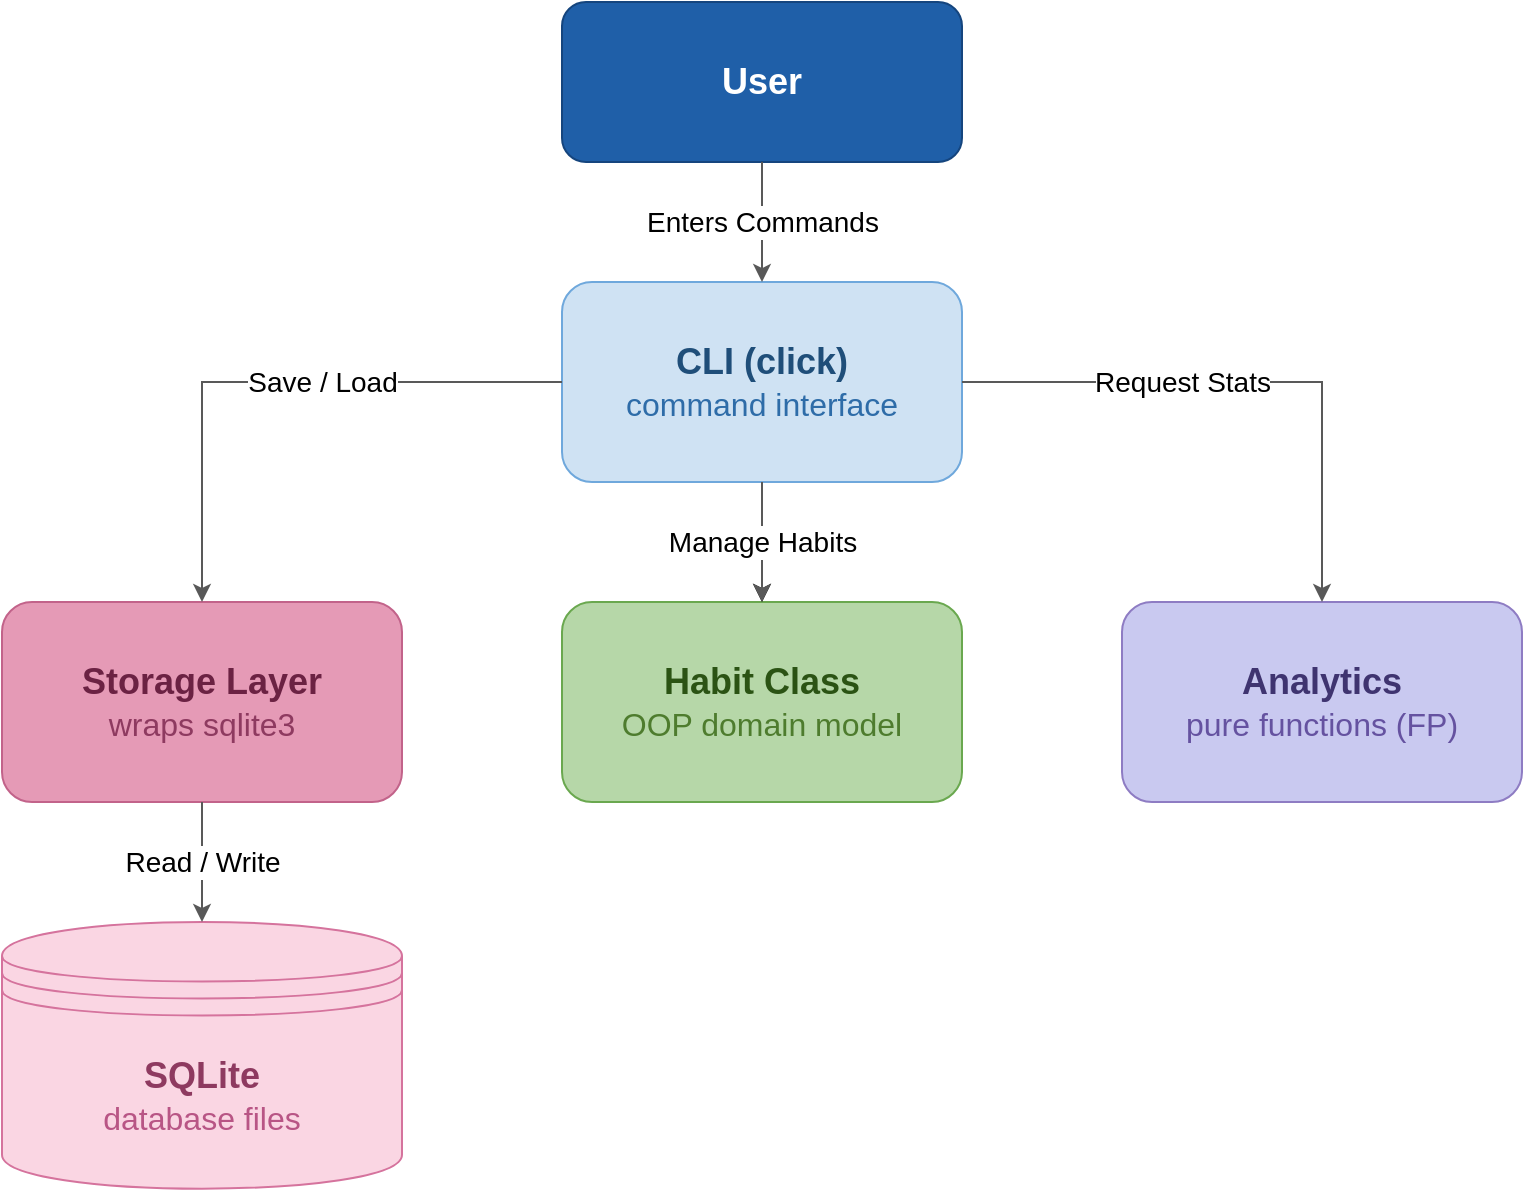
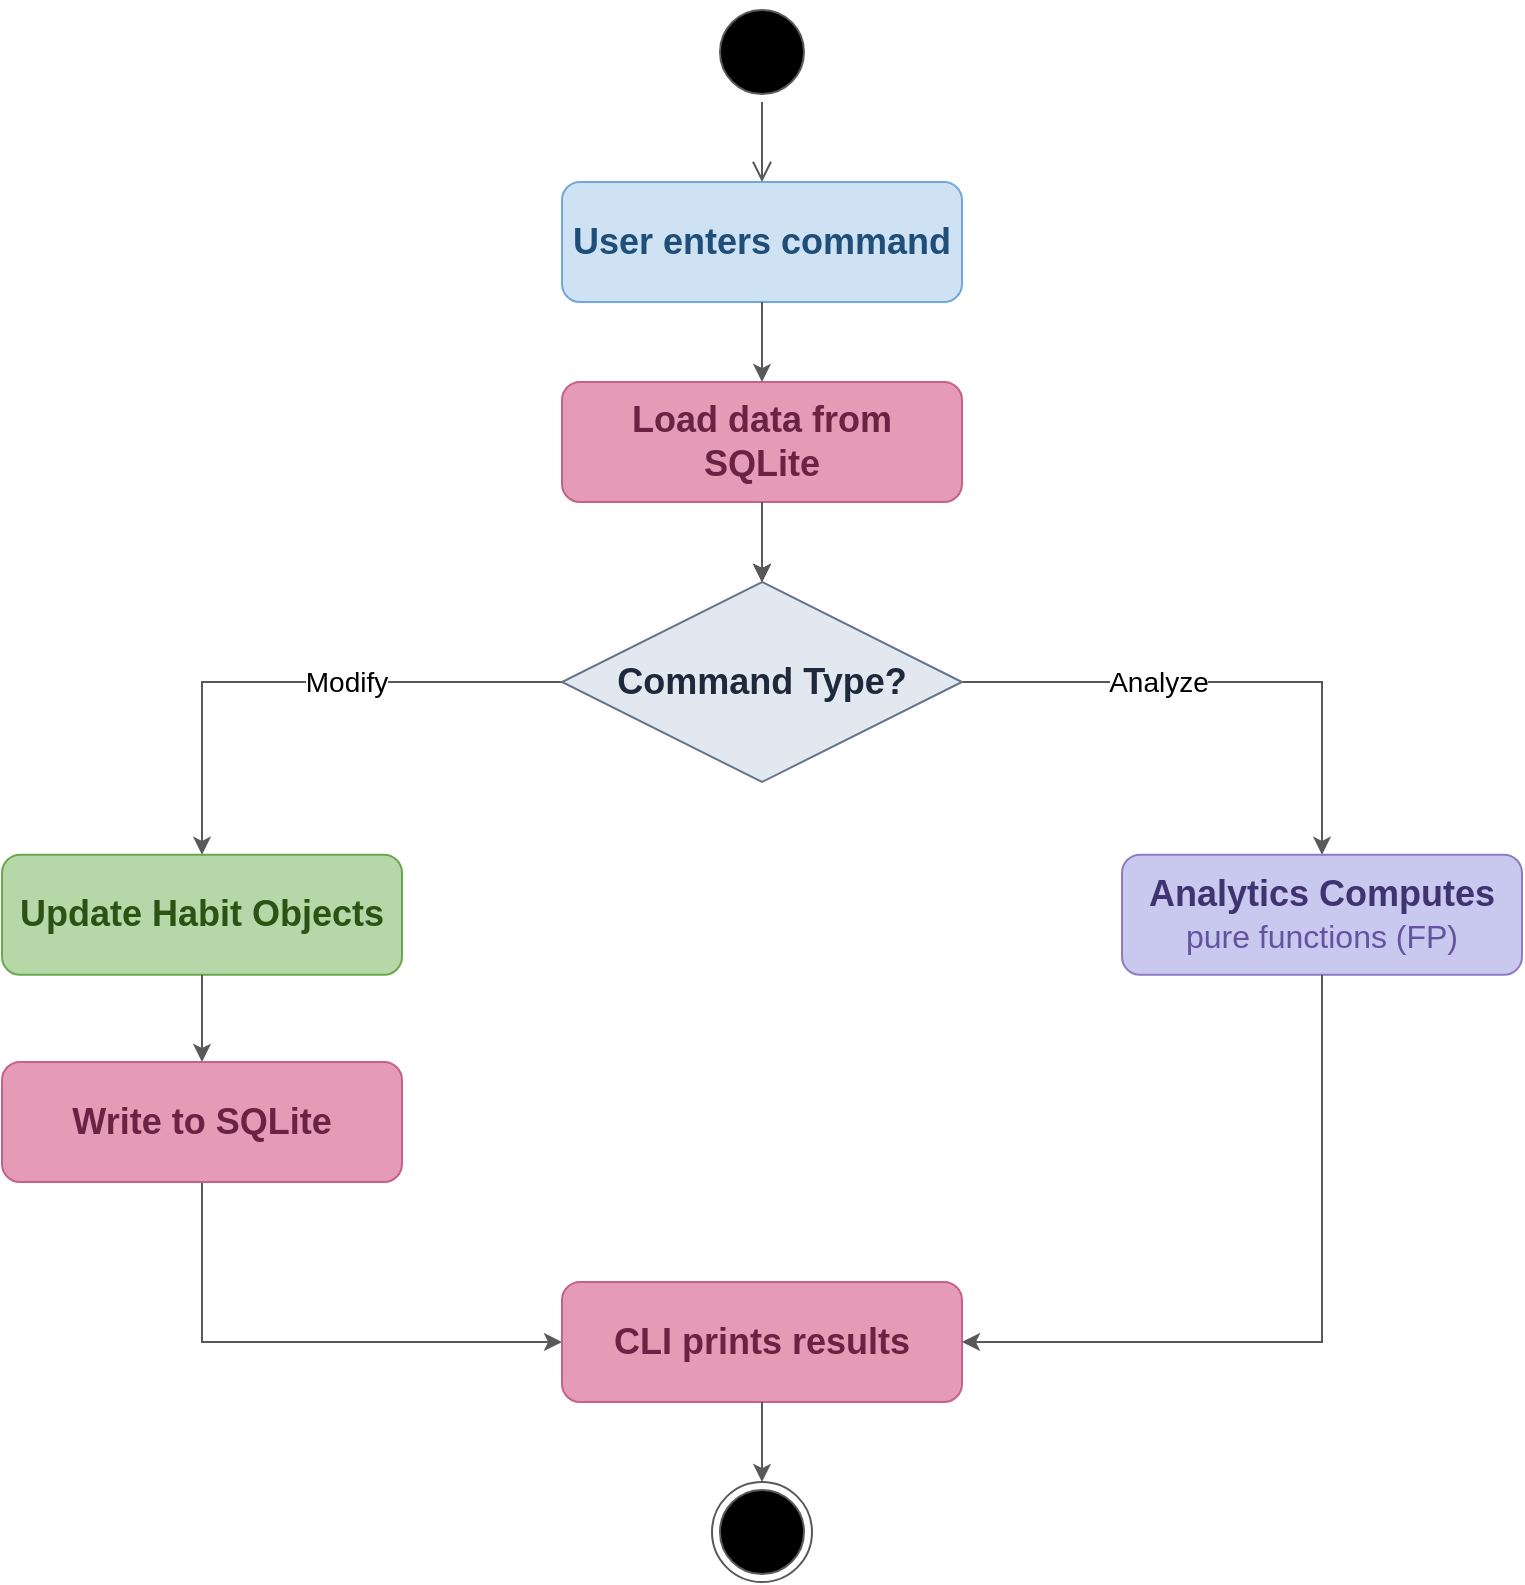
<mxfile host="app.diagrams.net">
  <diagram name="Page-1" id="Piyn0j4mb7igTU8--PZw">
    <mxGraphModel dx="1417" dy="766" grid="1" gridSize="10" guides="1" tooltips="1" connect="1" arrows="1" fold="1" page="1" pageScale="1" pageWidth="850" pageHeight="1100" math="0" shadow="0">
      <root>
        <mxCell id="0" />
        <mxCell id="1" parent="0" />
-         <mxCell id="FmgUDV7ztdBwRqrOEOFS-1" parent="1" style="rounded=1;whiteSpace=wrap;html=1;fillColor=#1F5FA8;strokeColor=#15457E;fontColor=#FFFFFF;" value="&lt;font style=&quot;font-size: 18px;&quot;&gt;&lt;b&gt;User&lt;/b&gt;&lt;/font&gt;" vertex="1">
-           <mxGeometry height="80" width="200" x="320" y="180" as="geometry" />
+         <mxCell id="FmgUDV7ztdBwRqrOEOFS-1" parent="1" style="rounded=1;whiteSpace=wrap;html=1;fillColor=#CFE2F3;strokeColor=#6FA8DC;fontColor=#1F4E79;" value="&lt;font style=&quot;font-size: 18px;&quot;&gt;&lt;b&gt;User enters command&lt;/b&gt;&lt;/font&gt;" vertex="1">
+           <mxGeometry height="60" width="200" x="320" y="280" as="geometry" />
        </mxCell>
-         <mxCell id="FmgUDV7ztdBwRqrOEOFS-2" parent="1" style="rounded=1;whiteSpace=wrap;html=1;fillColor=#B6D7A8;strokeColor=#6AA84F;" value="&lt;div&gt;&lt;font style=&quot;font-size: 18px; color: rgb(43, 83, 20);&quot;&gt;&lt;b&gt;Habit Class&lt;/b&gt;&lt;/font&gt;&lt;/div&gt;&lt;div&gt;&lt;font style=&quot;font-size: 16px; color: rgb(78, 124, 46);&quot;&gt;OOP domain model&lt;/font&gt;&lt;/div&gt;" vertex="1">
-           <mxGeometry height="100" width="200" x="320" y="480" as="geometry" />
+         <mxCell id="FmgUDV7ztdBwRqrOEOFS-3" parent="1" style="rounded=1;whiteSpace=wrap;html=1;fillColor=#B6D7A8;strokeColor=#6AA84F;fontColor=#2B5314;" value="&lt;div&gt;&lt;font style=&quot;font-size: 18px;&quot;&gt;&lt;b&gt;Update Habit Objects&lt;/b&gt;&lt;/font&gt;&lt;/div&gt;" vertex="1">
+           <mxGeometry height="60" width="200" x="40" y="616.38" as="geometry" />
        </mxCell>
-         <mxCell id="FmgUDV7ztdBwRqrOEOFS-3" parent="1" style="rounded=1;whiteSpace=wrap;html=1;fillColor=#E59AB6;strokeColor=#C2638A;" value="&lt;div&gt;&lt;font style=&quot;font-size: 18px; color: rgb(107, 34, 67);&quot;&gt;&lt;b&gt;Storage Layer&lt;/b&gt;&lt;/font&gt;&lt;/div&gt;&lt;div&gt;&lt;font style=&quot;font-size: 16px; color: rgb(142, 58, 96);&quot;&gt;wraps sqlite3&lt;/font&gt;&lt;/div&gt;" vertex="1">
-           <mxGeometry height="100" width="200" x="40" y="480" as="geometry" />
+         <mxCell id="FmgUDV7ztdBwRqrOEOFS-4" edge="1" parent="1" source="FmgUDV7ztdBwRqrOEOFS-5" style="edgeStyle=orthogonalEdgeStyle;rounded=0;orthogonalLoop=1;jettySize=auto;html=1;" value="">
+           <mxGeometry relative="1" as="geometry">
+             <mxPoint x="420.0000000000002" y="480" as="targetPoint" />
+           </mxGeometry>
        </mxCell>
-         <mxCell id="FmgUDV7ztdBwRqrOEOFS-4" edge="1" parent="1" source="FmgUDV7ztdBwRqrOEOFS-5" style="edgeStyle=orthogonalEdgeStyle;rounded=0;orthogonalLoop=1;jettySize=auto;html=1;" target="FmgUDV7ztdBwRqrOEOFS-2" value="">
-           <mxGeometry relative="1" as="geometry" />
+         <mxCell id="FmgUDV7ztdBwRqrOEOFS-5" parent="1" style="rounded=1;whiteSpace=wrap;html=1;fillColor=#E59AB6;strokeColor=#C2638A;fontColor=#6B2243;" value="&lt;div&gt;&lt;font style=&quot;font-size: 18px;&quot;&gt;&lt;b&gt;Load data from&lt;/b&gt;&lt;/font&gt;&lt;/div&gt;&lt;div&gt;&lt;font style=&quot;font-size: 18px;&quot;&gt;&lt;b&gt;SQLite&lt;/b&gt;&lt;/font&gt;&lt;/div&gt;" vertex="1">
+           <mxGeometry height="60" width="200" x="320" y="380" as="geometry" />
        </mxCell>
-         <mxCell id="FmgUDV7ztdBwRqrOEOFS-5" parent="1" style="rounded=1;whiteSpace=wrap;html=1;fillColor=#CFE2F3;strokeColor=#6FA8DC;" value="&lt;div&gt;&lt;font style=&quot;font-size: 18px; color: rgb(31, 78, 121);&quot;&gt;&lt;b&gt;CLI (click)&lt;/b&gt;&lt;/font&gt;&lt;/div&gt;&lt;div&gt;&lt;font style=&quot;font-size: 16px; color: rgb(46, 108, 168);&quot;&gt;command interface&lt;/font&gt;&lt;/div&gt;" vertex="1">
-           <mxGeometry height="100" width="200" x="320" y="320" as="geometry" />
-         </mxCell>
-         <mxCell id="FmgUDV7ztdBwRqrOEOFS-6" parent="1" style="rounded=1;whiteSpace=wrap;html=1;fillColor=#C9C9F0;strokeColor=#8E7CC3;" value="&lt;div&gt;&lt;font style=&quot;font-size: 18px; color: rgb(63, 52, 112);&quot;&gt;&lt;b&gt;Analytics&lt;/b&gt;&lt;/font&gt;&lt;/div&gt;&lt;div&gt;&lt;font style=&quot;font-size: 16px; color: rgb(101, 82, 160);&quot;&gt;pure functions (FP)&lt;/font&gt;&lt;/div&gt;" vertex="1">
-           <mxGeometry height="100" width="200" x="600" y="480" as="geometry" />
-         </mxCell>
-         <mxCell id="FmgUDV7ztdBwRqrOEOFS-7" parent="1" style="shape=datastore;whiteSpace=wrap;html=1;aspect=fixed;fillColor=#FAD6E3;strokeColor=#D5739D;" value="&lt;div&gt;&lt;font style=&quot;font-size: 18px; color: rgb(142, 58, 96);&quot;&gt;&lt;b&gt;SQLite&lt;/b&gt;&lt;/font&gt;&lt;/div&gt;&lt;div&gt;&lt;font style=&quot;font-size: 16px; color: rgb(184, 85, 133);&quot;&gt;database files&lt;/font&gt;&lt;/div&gt;" vertex="1">
-           <mxGeometry height="133.33" width="200" x="40" y="640" as="geometry" />
+         <mxCell id="FmgUDV7ztdBwRqrOEOFS-6" parent="1" style="rounded=1;whiteSpace=wrap;html=1;fillColor=#C9C9F0;strokeColor=#8E7CC3;" value="&lt;div&gt;&lt;font style=&quot;font-size: 18px; color: rgb(63, 52, 112);&quot;&gt;&lt;b&gt;Analytics Computes&lt;/b&gt;&lt;/font&gt;&lt;/div&gt;&lt;div&gt;&lt;font style=&quot;font-size: 16px; color: rgb(101, 82, 160);&quot;&gt;pure functions (FP)&lt;/font&gt;&lt;/div&gt;" vertex="1">
+           <mxGeometry height="60" width="200" x="600" y="616.38" as="geometry" />
        </mxCell>
        <mxCell id="FmgUDV7ztdBwRqrOEOFS-8" edge="1" parent="1" source="FmgUDV7ztdBwRqrOEOFS-1" style="endArrow=classic;html=1;rounded=0;exitX=0.5;exitY=1;exitDx=0;exitDy=0;entryX=0.5;entryY=0;entryDx=0;entryDy=0;strokeColor=#595959;" target="FmgUDV7ztdBwRqrOEOFS-5" value="">
          <mxGeometry relative="1" as="geometry">
-             <mxPoint x="110" y="360" as="sourcePoint" />
-             <mxPoint x="210" y="360" as="targetPoint" />
+             <mxPoint x="110" y="400" as="sourcePoint" />
+             <mxPoint x="210" y="400" as="targetPoint" />
          </mxGeometry>
        </mxCell>
-         <mxCell id="FmgUDV7ztdBwRqrOEOFS-9" connectable="0" parent="FmgUDV7ztdBwRqrOEOFS-8" style="edgeLabel;resizable=0;html=1;;align=center;verticalAlign=middle;" value="&lt;font style=&quot;font-size: 14px;&quot;&gt;Enters Commands&lt;/font&gt;" vertex="1">
-           <mxGeometry relative="1" as="geometry" />
-         </mxCell>
-         <mxCell id="FmgUDV7ztdBwRqrOEOFS-10" edge="1" parent="1" source="FmgUDV7ztdBwRqrOEOFS-5" style="endArrow=classic;html=1;rounded=0;exitX=0;exitY=0.5;exitDx=0;exitDy=0;entryX=0.5;entryY=0;entryDx=0;entryDy=0;strokeColor=#595959;" target="FmgUDV7ztdBwRqrOEOFS-3" value="">
+         <mxCell id="FmgUDV7ztdBwRqrOEOFS-10" edge="1" parent="1" source="FmgUDV7ztdBwRqrOEOFS-20" style="endArrow=classic;html=1;rounded=0;exitX=0;exitY=0.5;exitDx=0;exitDy=0;entryX=0.5;entryY=0;entryDx=0;entryDy=0;strokeColor=#595959;" target="FmgUDV7ztdBwRqrOEOFS-3" value="">
          <mxGeometry relative="1" as="geometry">
            <Array as="points">
-               <mxPoint x="140" y="370" />
+               <mxPoint x="140" y="530" />
            </Array>
            <mxPoint x="260" y="440" as="sourcePoint" />
            <mxPoint x="260" y="500" as="targetPoint" />
          </mxGeometry>
        </mxCell>
-         <mxCell id="FmgUDV7ztdBwRqrOEOFS-11" connectable="0" parent="FmgUDV7ztdBwRqrOEOFS-10" style="edgeLabel;resizable=0;html=1;;align=center;verticalAlign=middle;" value="&lt;font style=&quot;font-size: 14px;&quot;&gt;Save / Load&lt;/font&gt;" vertex="1">
+         <mxCell id="FmgUDV7ztdBwRqrOEOFS-11" connectable="0" parent="FmgUDV7ztdBwRqrOEOFS-10" style="edgeLabel;resizable=0;html=1;;align=center;verticalAlign=middle;" value="&lt;font style=&quot;font-size: 14px;&quot;&gt;Modify&lt;/font&gt;" vertex="1">
          <mxGeometry relative="1" as="geometry">
            <mxPoint x="25" as="offset" />
          </mxGeometry>
        </mxCell>
-         <mxCell id="FmgUDV7ztdBwRqrOEOFS-12" edge="1" parent="1" source="FmgUDV7ztdBwRqrOEOFS-5" style="endArrow=classic;html=1;rounded=0;exitX=1;exitY=0.5;exitDx=0;exitDy=0;entryX=0.5;entryY=0;entryDx=0;entryDy=0;strokeColor=#595959;" target="FmgUDV7ztdBwRqrOEOFS-6" value="">
+         <mxCell id="FmgUDV7ztdBwRqrOEOFS-12" edge="1" parent="1" source="FmgUDV7ztdBwRqrOEOFS-20" style="endArrow=classic;html=1;rounded=0;exitX=1;exitY=0.5;exitDx=0;exitDy=0;entryX=0.5;entryY=0;entryDx=0;entryDy=0;strokeColor=#595959;" target="FmgUDV7ztdBwRqrOEOFS-6" value="">
          <mxGeometry relative="1" as="geometry">
            <Array as="points">
-               <mxPoint x="700" y="370" />
+               <mxPoint x="700" y="530" />
            </Array>
            <mxPoint x="530" y="360" as="sourcePoint" />
            <mxPoint x="760" y="420" as="targetPoint" />
          </mxGeometry>
        </mxCell>
-         <mxCell id="FmgUDV7ztdBwRqrOEOFS-13" connectable="0" parent="FmgUDV7ztdBwRqrOEOFS-12" style="edgeLabel;resizable=0;html=1;;align=center;verticalAlign=middle;" value="&lt;font style=&quot;font-size: 14px;&quot;&gt;Request Stats&lt;/font&gt;" vertex="1">
+         <mxCell id="FmgUDV7ztdBwRqrOEOFS-13" connectable="0" parent="FmgUDV7ztdBwRqrOEOFS-12" style="edgeLabel;resizable=0;html=1;;align=center;verticalAlign=middle;" value="&lt;font style=&quot;font-size: 14px;&quot;&gt;Analyze&lt;/font&gt;" vertex="1">
          <mxGeometry relative="1" as="geometry">
            <mxPoint x="-35" as="offset" />
          </mxGeometry>
        </mxCell>
-         <mxCell id="FmgUDV7ztdBwRqrOEOFS-14" edge="1" parent="1" source="FmgUDV7ztdBwRqrOEOFS-5" style="endArrow=classic;html=1;rounded=0;exitX=0.5;exitY=1;exitDx=0;exitDy=0;entryX=0.5;entryY=0;entryDx=0;entryDy=0;strokeColor=#595959;" target="FmgUDV7ztdBwRqrOEOFS-2" value="">
+         <mxCell id="FmgUDV7ztdBwRqrOEOFS-14" edge="1" parent="1" source="FmgUDV7ztdBwRqrOEOFS-5" style="endArrow=classic;html=1;rounded=0;exitX=0.5;exitY=1;exitDx=0;exitDy=0;entryX=0.5;entryY=0;entryDx=0;entryDy=0;strokeColor=#595959;" target="FmgUDV7ztdBwRqrOEOFS-20" value="">
          <mxGeometry relative="1" as="geometry">
            <mxPoint x="425" y="440" as="sourcePoint" />
-             <mxPoint x="425" y="500" as="targetPoint" />
+             <mxPoint x="420.0000000000002" y="480" as="targetPoint" />
          </mxGeometry>
        </mxCell>
-         <mxCell id="FmgUDV7ztdBwRqrOEOFS-15" connectable="0" parent="FmgUDV7ztdBwRqrOEOFS-14" style="edgeLabel;resizable=0;html=1;;align=center;verticalAlign=middle;" value="&lt;font style=&quot;font-size: 14px;&quot;&gt;Manage Habits&lt;/font&gt;" vertex="1">
-           <mxGeometry relative="1" as="geometry" />
-         </mxCell>
-         <mxCell id="FmgUDV7ztdBwRqrOEOFS-16" edge="1" parent="1" source="FmgUDV7ztdBwRqrOEOFS-3" style="endArrow=classic;html=1;rounded=0;exitX=0.5;exitY=1;exitDx=0;exitDy=0;entryX=0.5;entryY=0;entryDx=0;entryDy=0;strokeColor=#595959;" target="FmgUDV7ztdBwRqrOEOFS-7" value="">
+         <mxCell id="FmgUDV7ztdBwRqrOEOFS-16" edge="1" parent="1" source="FmgUDV7ztdBwRqrOEOFS-3" style="endArrow=classic;html=1;rounded=0;exitX=0.5;exitY=1;exitDx=0;exitDy=0;entryX=0.5;entryY=0;entryDx=0;entryDy=0;strokeColor=#595959;" target="FmgUDV7ztdBwRqrOEOFS-23" value="">
          <mxGeometry relative="1" as="geometry">
-             <mxPoint x="400" y="680" as="sourcePoint" />
-             <mxPoint x="400" y="740" as="targetPoint" />
+             <mxPoint x="420" y="816.38" as="sourcePoint" />
+             <mxPoint x="160" y="776.38" as="targetPoint" />
          </mxGeometry>
        </mxCell>
-         <mxCell id="FmgUDV7ztdBwRqrOEOFS-17" connectable="0" parent="FmgUDV7ztdBwRqrOEOFS-16" style="edgeLabel;resizable=0;html=1;;align=center;verticalAlign=middle;" value="&lt;font style=&quot;font-size: 14px;&quot;&gt;Read / Write&lt;/font&gt;" vertex="1">
-           <mxGeometry relative="1" as="geometry" />
+         <mxCell id="FmgUDV7ztdBwRqrOEOFS-18" parent="1" style="ellipse;html=1;shape=startState;fillColor=#000000;strokeColor=#595959;" value="" vertex="1">
+           <mxGeometry height="50" width="50" x="395" y="190" as="geometry" />
+         </mxCell>
+         <mxCell id="FmgUDV7ztdBwRqrOEOFS-19" edge="1" parent="1" source="FmgUDV7ztdBwRqrOEOFS-18" style="edgeStyle=orthogonalEdgeStyle;html=1;verticalAlign=bottom;endArrow=open;endSize=8;strokeColor=#595959;rounded=0;entryX=0.5;entryY=0;entryDx=0;entryDy=0;" target="FmgUDV7ztdBwRqrOEOFS-1" value="">
+           <mxGeometry relative="1" as="geometry">
+             <mxPoint x="420" y="250" as="targetPoint" />
+           </mxGeometry>
+         </mxCell>
+         <mxCell id="FmgUDV7ztdBwRqrOEOFS-20" parent="1" style="shape=rhombus;perimeter=rhombusPerimeter;whiteSpace=wrap;html=1;align=center;fillColor=#E2E8F0;strokeColor=#64748B;fontColor=#1E293B;" value="&lt;font style=&quot;font-size: 18px;&quot;&gt;&lt;b&gt;Command Type?&lt;/b&gt;&lt;/font&gt;" vertex="1">
+           <mxGeometry height="100" width="200" x="320" y="480" as="geometry" />
+         </mxCell>
+         <mxCell id="FmgUDV7ztdBwRqrOEOFS-21" edge="1" parent="1" source="FmgUDV7ztdBwRqrOEOFS-23" style="endArrow=classic;html=1;rounded=0;exitX=0.5;exitY=1;exitDx=0;exitDy=0;strokeColor=#595959;entryX=0;entryY=0.5;entryDx=0;entryDy=0;" target="FmgUDV7ztdBwRqrOEOFS-25" value="">
+           <mxGeometry relative="1" as="geometry">
+             <Array as="points">
+               <mxPoint x="140" y="860" />
+               <mxPoint x="260" y="860" />
+             </Array>
+             <mxPoint x="159.66" y="800" as="sourcePoint" />
+             <mxPoint x="360" y="860" as="targetPoint" />
+           </mxGeometry>
+         </mxCell>
+         <mxCell id="FmgUDV7ztdBwRqrOEOFS-23" parent="1" style="rounded=1;whiteSpace=wrap;html=1;fillColor=#E59AB6;strokeColor=#C2638A;" value="&lt;div&gt;&lt;font style=&quot;font-size: 18px; color: rgb(107, 34, 67);&quot;&gt;&lt;b&gt;Write to SQLite&lt;/b&gt;&lt;/font&gt;&lt;/div&gt;" vertex="1">
+           <mxGeometry height="60" width="200" x="40" y="720" as="geometry" />
+         </mxCell>
+         <mxCell id="FmgUDV7ztdBwRqrOEOFS-25" parent="1" style="rounded=1;whiteSpace=wrap;html=1;fillColor=#E59AB6;strokeColor=#C2638A;" value="&lt;div&gt;&lt;font style=&quot;font-size: 18px; color: rgb(107, 34, 67);&quot;&gt;&lt;b&gt;CLI prints results&lt;/b&gt;&lt;/font&gt;&lt;/div&gt;" vertex="1">
+           <mxGeometry height="60" width="200" x="320" y="830" as="geometry" />
+         </mxCell>
+         <mxCell id="FmgUDV7ztdBwRqrOEOFS-26" edge="1" parent="1" source="FmgUDV7ztdBwRqrOEOFS-6" style="endArrow=classic;html=1;rounded=0;exitX=0.5;exitY=1;exitDx=0;exitDy=0;strokeColor=#595959;entryX=1;entryY=0.5;entryDx=0;entryDy=0;" target="FmgUDV7ztdBwRqrOEOFS-25" value="">
+           <mxGeometry relative="1" as="geometry">
+             <Array as="points">
+               <mxPoint x="700" y="860" />
+             </Array>
+             <mxPoint x="600" y="720" as="sourcePoint" />
+             <mxPoint x="700" y="880" as="targetPoint" />
+           </mxGeometry>
+         </mxCell>
+         <mxCell id="FmgUDV7ztdBwRqrOEOFS-27" edge="1" parent="1" source="FmgUDV7ztdBwRqrOEOFS-25" style="endArrow=classic;html=1;rounded=0;exitX=0.5;exitY=1;exitDx=0;exitDy=0;strokeColor=#595959;entryX=0.5;entryY=0;entryDx=0;entryDy=0;" target="FmgUDV7ztdBwRqrOEOFS-28" value="">
+           <mxGeometry relative="1" as="geometry">
+             <mxPoint x="410" y="940" as="sourcePoint" />
+             <mxPoint x="420" y="960" as="targetPoint" />
+           </mxGeometry>
+         </mxCell>
+         <mxCell id="FmgUDV7ztdBwRqrOEOFS-28" parent="1" style="ellipse;html=1;shape=endState;fillColor=#000000;strokeColor=#595959;" value="" vertex="1">
+           <mxGeometry height="50" width="50" x="395" y="930" as="geometry" />
        </mxCell>
      </root>
    </mxGraphModel>
  </diagram>
</mxfile>
